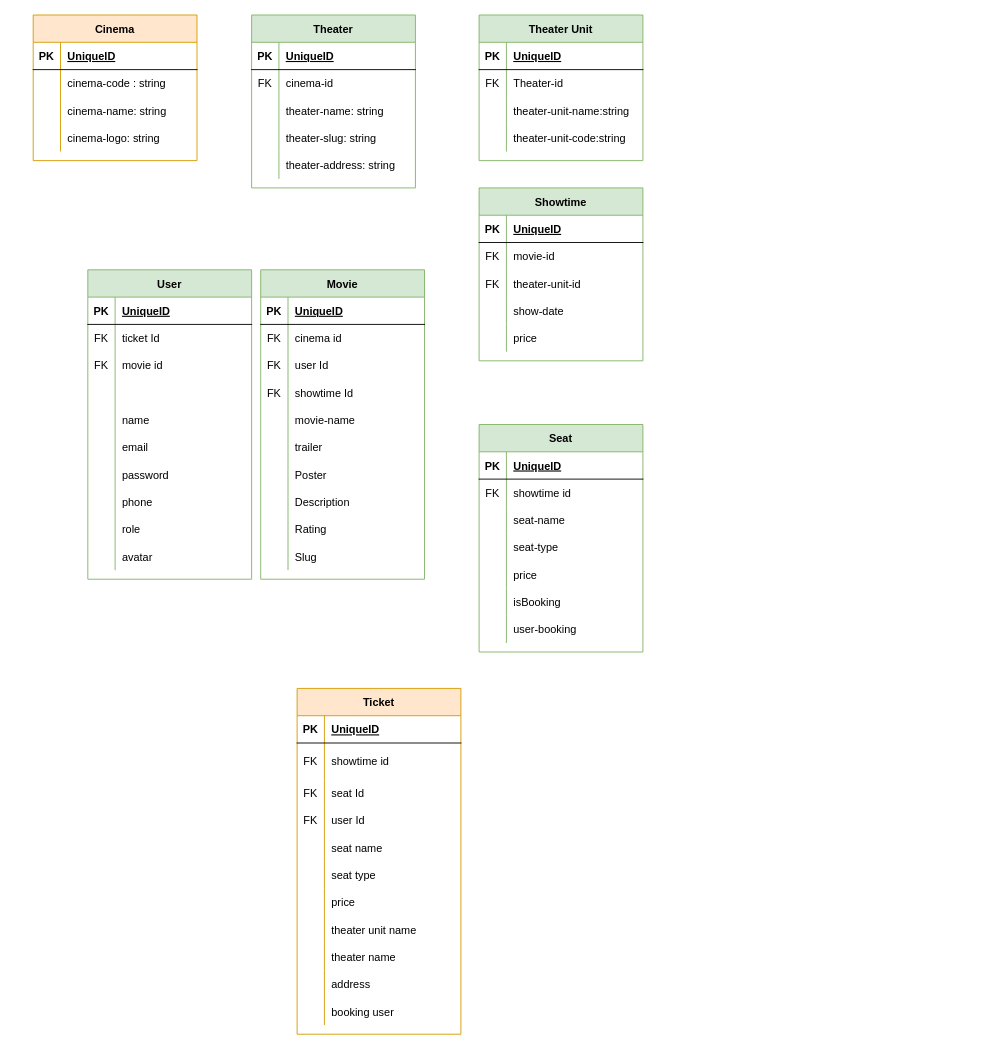
Before: Untitled Diagram.drawio in hnn080196/nodejs-booking-movie-API, a draw.io diagram. Source tidied: cells renumbered, new cells numbered last; positions are measured from the earlier drawing's top-left corner, leaving out a move shared by most shapes. Both pictures are drawn from the tidied source at 91%, with x=0, y=0 at pixel (33, 15).
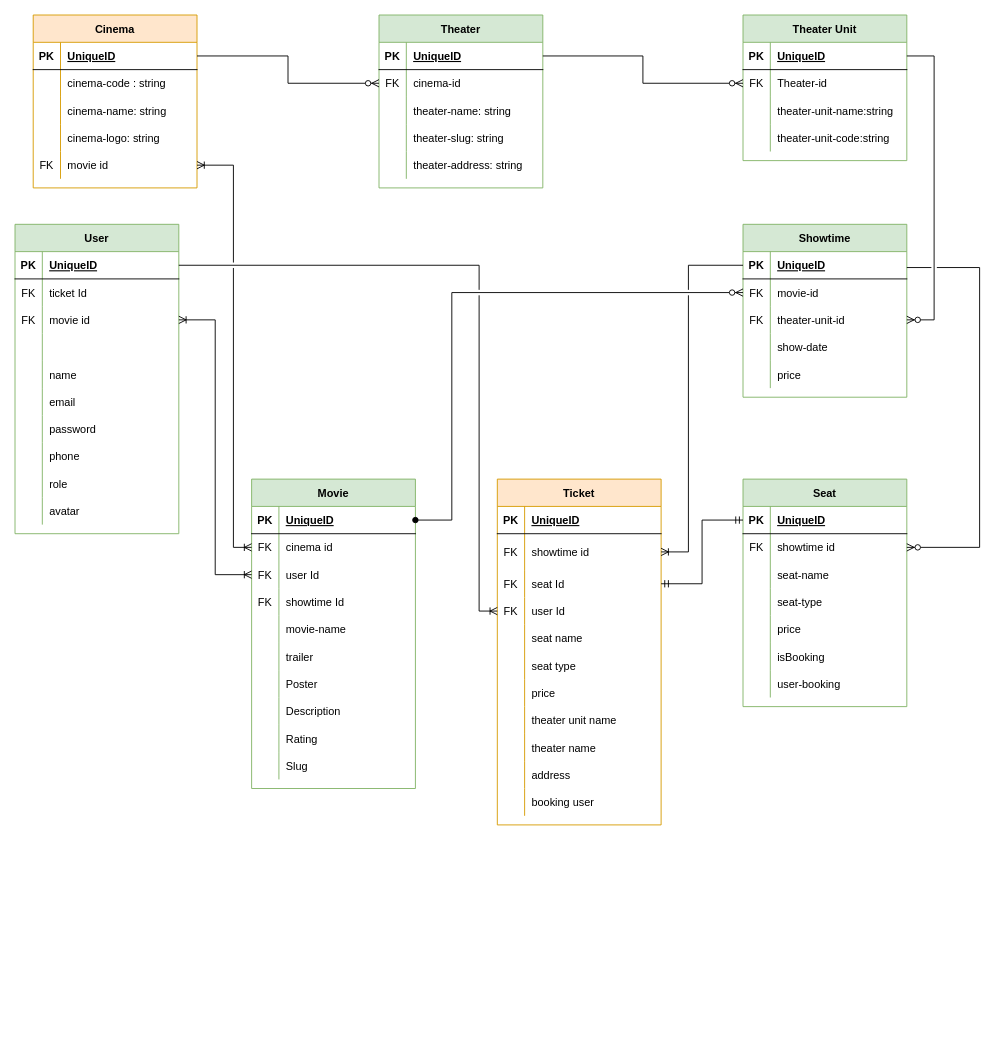
The same page after the edit.

Commit message:
update sql table

The change refers to these unchanged cells:
```xml
<mxCell id="3" style="shape=partialRectangle;fillColor=none;top=0;left=0;bottom=1;right=0;points=[[0,0.5],[1,0.5]];portConstraint=eastwest;" parent="2" vertex="1">
  <mxGeometry y="30" width="180" height="30" as="geometry" />
</mxCell>
<mxCell id="6" style="shape=partialRectangle;fillColor=none;top=0;left=0;bottom=0;right=0;points=[[0,0.5],[1,0.5]];portConstraint=eastwest;" parent="2" vertex="1">
  <mxGeometry y="60" width="180" height="30" as="geometry" />
</mxCell>
<mxCell id="19" style="shape=partialRectangle;fillColor=none;top=0;left=0;bottom=1;right=0;points=[[0,0.5],[1,0.5]];portConstraint=eastwest;" parent="18" vertex="1">
  <mxGeometry y="30" width="180" height="30" as="geometry" />
</mxCell>
<mxCell id="32" style="shape=partialRectangle;fillColor=none;top=0;left=0;bottom=1;right=0;points=[[0,0.5],[1,0.5]];portConstraint=eastwest;" parent="31" vertex="1">
  <mxGeometry y="30" width="180" height="30" as="geometry" />
</mxCell>
<mxCell id="35" style="shape=partialRectangle;fillColor=none;top=0;left=0;bottom=0;right=0;points=[[0,0.5],[1,0.5]];portConstraint=eastwest;" parent="31" vertex="1">
  <mxGeometry y="60" width="180" height="30" as="geometry" />
</mxCell>
<mxCell id="45" style="shape=partialRectangle;fillColor=none;top=0;left=0;bottom=1;right=0;points=[[0,0.5],[1,0.5]];portConstraint=eastwest;" parent="44" vertex="1">
  <mxGeometry y="30" width="180" height="30" as="geometry" />
</mxCell>
<mxCell id="48" style="shape=partialRectangle;fillColor=none;top=0;left=0;bottom=0;right=0;points=[[0,0.5],[1,0.5]];portConstraint=eastwest;strokeColor=default;fontColor=default;" parent="44" vertex="1">
  <mxGeometry y="60" width="180" height="30" as="geometry" />
</mxCell>
<mxCell id="51" style="shape=partialRectangle;fillColor=none;top=0;left=0;bottom=0;right=0;points=[[0,0.5],[1,0.5]];portConstraint=eastwest;" parent="44" vertex="1">
  <mxGeometry y="90" width="180" height="30" as="geometry" />
</mxCell>
<mxCell id="61" style="shape=partialRectangle;fillColor=none;top=0;left=0;bottom=1;right=0;points=[[0,0.5],[1,0.5]];portConstraint=eastwest;" parent="60" vertex="1">
  <mxGeometry y="30" width="180" height="30" as="geometry" />
</mxCell>
<mxCell id="64" style="shape=partialRectangle;fillColor=none;top=0;left=0;bottom=0;right=0;points=[[0,0.5],[1,0.5]];portConstraint=eastwest;strokeColor=default;fontColor=default;" parent="60" vertex="1">
  <mxGeometry y="60" width="180" height="30" as="geometry" />
</mxCell>
<mxCell id="83" style="shape=partialRectangle;fillColor=none;top=0;left=0;bottom=1;right=0;points=[[0,0.5],[1,0.5]];portConstraint=eastwest;" parent="82" vertex="1">
  <mxGeometry y="30" width="180" height="30" as="geometry" />
</mxCell>
<mxCell id="86" style="shape=partialRectangle;fillColor=none;top=0;left=0;bottom=0;right=0;points=[[0,0.5],[1,0.5]];portConstraint=eastwest;strokeColor=default;fontColor=default;" parent="82" vertex="1">
  <mxGeometry y="60" width="180" height="30" as="geometry" />
</mxCell>
<mxCell id="89" style="shape=partialRectangle;fillColor=none;top=0;left=0;bottom=0;right=0;points=[[0,0.5],[1,0.5]];portConstraint=eastwest;" parent="82" vertex="1">
  <mxGeometry y="90" width="180" height="30" as="geometry" />
</mxCell>
<mxCell id="114" style="shape=partialRectangle;fillColor=none;top=0;left=0;bottom=1;right=0;points=[[0,0.5],[1,0.5]];portConstraint=eastwest;" parent="113" vertex="1">
  <mxGeometry y="30" width="180" height="30" as="geometry" />
</mxCell>
<mxCell id="120" style="shape=partialRectangle;fillColor=none;top=0;left=0;bottom=0;right=0;points=[[0,0.5],[1,0.5]];portConstraint=eastwest;" parent="113" vertex="1">
  <mxGeometry y="90" width="180" height="30" as="geometry" />
</mxCell>
<mxCell id="148" style="shape=partialRectangle;fillColor=none;top=0;left=0;bottom=0;right=0;points=[[0,0.5],[1,0.5]];portConstraint=eastwest;" parent="144" vertex="1">
  <mxGeometry y="60" width="180" height="40" as="geometry" />
</mxCell>
<mxCell id="151" style="shape=partialRectangle;fillColor=none;top=0;left=0;bottom=0;right=0;points=[[0,0.5],[1,0.5]];portConstraint=eastwest;" parent="144" vertex="1">
  <mxGeometry y="100" width="180" height="30" as="geometry" />
</mxCell>
<mxCell id="154" style="shape=partialRectangle;fillColor=none;top=0;left=0;bottom=0;right=0;points=[[0,0.5],[1,0.5]];portConstraint=eastwest;strokeColor=default;fontColor=default;" parent="144" vertex="1">
  <mxGeometry y="130" width="180" height="30" as="geometry" />
</mxCell>
```

The edit, as a diff of the source:
```diff
@@
     <mxCell id="2" value="Theater" style="shape=table;startSize=30;childLayout=tableLayout;rowLines=0;fontStyle=1;align=center;fillColor=#d5e8d4;strokeColor=#82b366;fontColor=default;" parent="1" vertex="1">
-      <mxGeometry x="240" width="180" height="190" as="geometry" />
+      <mxGeometry x="380" width="180" height="190" as="geometry" />
     </mxCell>
@@
     <mxCell id="18" value="Cinema" style="shape=table;startSize=30;childLayout=tableLayout;rowLines=0;fontStyle=1;align=center;fillColor=#ffe6cc;strokeColor=#d79b00;fontColor=default;" parent="1" vertex="1">
-      <mxGeometry width="180" height="160" as="geometry" />
+      <mxGeometry width="180" height="190" as="geometry" />
     </mxCell>
@@
+    <mxCell id="178" style="shape=partialRectangle;fillColor=none;top=0;left=0;bottom=0;right=0;points=[[0,0.5],[1,0.5]];portConstraint=eastwest;" parent="18" vertex="1">
+      <mxGeometry y="150" width="180" height="30" as="geometry" />
+    </mxCell>
+    <mxCell id="179" value="FK" style="shape=partialRectangle;fillColor=none;top=0;left=0;bottom=0;right=0;overflow=hidden;fontColor=default;" parent="178" vertex="1">
+      <mxGeometry width="30" height="30" as="geometry" />
+    </mxCell>
+    <mxCell id="180" value="movie id" style="shape=partialRectangle;fillColor=none;top=0;left=0;bottom=0;right=0;align=left;spacingLeft=6;overflow=hidden;strokeColor=default;fontColor=default;" parent="178" vertex="1">
+      <mxGeometry x="30" width="150" height="30" as="geometry" />
+    </mxCell>
     <mxCell id="31" value="Theater Unit" style="shape=table;startSize=30;childLayout=tableLayout;rowLines=0;fontStyle=1;align=center;fillColor=#d5e8d4;strokeColor=#82b366;fontColor=default;" parent="1" vertex="1">
-      <mxGeometry x="490" width="180" height="160" as="geometry" />
+      <mxGeometry x="780" width="180" height="160" as="geometry" />
     </mxCell>
@@
     <mxCell id="44" value="Showtime" style="shape=table;startSize=30;childLayout=tableLayout;rowLines=0;fontStyle=1;align=center;fillColor=#d5e8d4;strokeColor=#82b366;fontColor=default;" parent="1" vertex="1">
-      <mxGeometry x="490" y="190" width="180" height="190" as="geometry" />
+      <mxGeometry x="780" y="230" width="180" height="190" as="geometry" />
     </mxCell>
@@
     <mxCell id="60" value="Seat" style="shape=table;startSize=30;childLayout=tableLayout;rowLines=0;fontStyle=1;align=center;fillColor=#d5e8d4;strokeColor=#82b366;fontColor=default;" parent="1" vertex="1">
-      <mxGeometry x="490" y="450" width="180" height="250" as="geometry" />
+      <mxGeometry x="780" y="510" width="180" height="250" as="geometry" />
     </mxCell>
@@
     <mxCell id="82" value="Movie" style="shape=table;startSize=30;childLayout=tableLayout;rowLines=0;fontStyle=1;align=center;fillColor=#d5e8d4;strokeColor=#82b366;fontColor=default;" parent="1" vertex="1">
-      <mxGeometry x="250" y="280" width="180" height="340" as="geometry" />
+      <mxGeometry x="240" y="510" width="180" height="340" as="geometry" />
     </mxCell>
@@
     <mxCell id="113" value="User" style="shape=table;startSize=30;childLayout=tableLayout;rowLines=0;fontStyle=1;align=center;fillColor=#d5e8d4;strokeColor=#82b366;fontColor=default;" parent="1" vertex="1">
-      <mxGeometry x="60" y="280" width="180" height="340" as="geometry" />
+      <mxGeometry x="-20" y="230" width="180" height="340" as="geometry" />
     </mxCell>
@@
     <mxCell id="144" value="Ticket" style="shape=table;startSize=30;childLayout=tableLayout;rowLines=0;fontStyle=1;align=center;fillColor=#ffe6cc;strokeColor=#d79b00;fontColor=default;" parent="1" vertex="1">
-      <mxGeometry x="290" y="740" width="180" height="380" as="geometry" />
+      <mxGeometry x="510" y="510" width="180" height="380" as="geometry" />
     </mxCell>
@@
+    <mxCell id="181" style="edgeStyle=orthogonalEdgeStyle;fontSize=12;html=1;endArrow=ERzeroToMany;endFill=1;fontColor=default;exitX=1;exitY=0.5;exitDx=0;exitDy=0;strokeColor=default;labelBackgroundColor=default;entryX=0;entryY=0.5;entryDx=0;entryDy=0;rounded=0;" parent="1" edge="1" source="19" target="6">
+      <mxGeometry relative="1" as="geometry" />
+    </mxCell>
+    <mxCell id="182" style="edgeStyle=orthogonalEdgeStyle;fontSize=12;html=1;endArrow=ERzeroToMany;endFill=1;fontColor=default;exitX=1;exitY=0.5;exitDx=0;exitDy=0;strokeColor=default;labelBackgroundColor=default;entryX=0;entryY=0.5;entryDx=0;entryDy=0;rounded=0;" parent="1" edge="1" source="3" target="35">
+      <mxGeometry relative="1" as="geometry" />
+    </mxCell>
+    <mxCell id="183" style="edgeStyle=entityRelationEdgeStyle;fontSize=12;html=1;endArrow=ERzeroToMany;endFill=1;rounded=0;labelBackgroundColor=default;fontColor=default;strokeColor=default;exitX=1;exitY=0.5;exitDx=0;exitDy=0;entryX=1;entryY=0.5;entryDx=0;entryDy=0;" parent="1" edge="1" source="32" target="51">
+      <mxGeometry relative="1" as="geometry" />
+    </mxCell>
+    <mxCell id="184" style="edgeStyle=orthogonalEdgeStyle;fontSize=12;html=1;endArrow=ERzeroToMany;endFill=1;labelBackgroundColor=default;fontColor=default;strokeColor=default;exitX=1;exitY=0.5;exitDx=0;exitDy=0;jumpStyle=gap;entryX=0;entryY=0.5;entryDx=0;entryDy=0;rounded=0;startArrow=oval;startFill=1;" parent="1" edge="1" source="83" target="48">
+      <mxGeometry relative="1" as="geometry">
+        <Array as="points">
+          <mxPoint x="460" y="555" />
+          <mxPoint x="460" y="305" />
+        </Array>
+      </mxGeometry>
+    </mxCell>
+    <mxCell id="185" style="edgeStyle=orthogonalEdgeStyle;fontSize=12;html=1;endArrow=ERzeroToMany;endFill=1;rounded=0;labelBackgroundColor=default;fontColor=default;strokeColor=default;jumpStyle=gap;exitX=1;exitY=0.25;exitDx=0;exitDy=0;entryX=1;entryY=0.5;entryDx=0;entryDy=0;" parent="1" edge="1" source="44" target="64">
+      <mxGeometry relative="1" as="geometry">
+        <Array as="points">
+          <mxPoint x="1040" y="278" />
+          <mxPoint x="1040" y="585" />
+        </Array>
+      </mxGeometry>
+    </mxCell>
+    <mxCell id="186" style="edgeStyle=orthogonalEdgeStyle;fontSize=12;html=1;endArrow=ERmandOne;startArrow=ERmandOne;rounded=0;labelBackgroundColor=default;fontColor=default;strokeColor=default;jumpStyle=gap;entryX=0;entryY=0.5;entryDx=0;entryDy=0;exitX=1;exitY=0.5;exitDx=0;exitDy=0;" parent="1" edge="1" source="151" target="61">
+      <mxGeometry relative="1" as="geometry" />
+    </mxCell>
+    <mxCell id="187" style="edgeStyle=orthogonalEdgeStyle;fontSize=12;html=1;endArrow=ERoneToMany;rounded=0;labelBackgroundColor=default;fontColor=default;strokeColor=default;jumpStyle=gap;exitX=0;exitY=0.5;exitDx=0;exitDy=0;entryX=1;entryY=0.5;entryDx=0;entryDy=0;" parent="1" edge="1" source="45" target="148">
+      <mxGeometry relative="1" as="geometry">
+        <Array as="points">
+          <mxPoint x="720" y="275" />
+          <mxPoint x="720" y="590" />
+        </Array>
+      </mxGeometry>
+    </mxCell>
+    <mxCell id="188" style="edgeStyle=orthogonalEdgeStyle;fontSize=12;html=1;endArrow=ERoneToMany;rounded=0;labelBackgroundColor=default;fontColor=default;strokeColor=default;jumpStyle=gap;exitX=1;exitY=0.5;exitDx=0;exitDy=0;entryX=0;entryY=0.5;entryDx=0;entryDy=0;" parent="1" edge="1" source="114" target="154">
+      <mxGeometry relative="1" as="geometry">
+        <Array as="points">
+          <mxPoint x="490" y="275" />
+          <mxPoint x="490" y="655" />
+        </Array>
+      </mxGeometry>
+    </mxCell>
+    <mxCell id="189" style="edgeStyle=orthogonalEdgeStyle;fontSize=12;html=1;endArrow=ERoneToMany;startArrow=ERoneToMany;rounded=0;labelBackgroundColor=default;fontColor=default;strokeColor=default;jumpStyle=gap;exitX=1;exitY=0.5;exitDx=0;exitDy=0;entryX=0;entryY=0.5;entryDx=0;entryDy=0;" parent="1" edge="1" source="120" target="89">
+      <mxGeometry relative="1" as="geometry">
+        <Array as="points">
+          <mxPoint x="200" y="335" />
+          <mxPoint x="200" y="615" />
+        </Array>
+      </mxGeometry>
+    </mxCell>
+    <mxCell id="190" style="edgeStyle=orthogonalEdgeStyle;fontSize=12;html=1;endArrow=ERoneToMany;startArrow=ERoneToMany;rounded=0;labelBackgroundColor=default;fontColor=default;strokeColor=default;jumpStyle=gap;exitX=1;exitY=0.5;exitDx=0;exitDy=0;entryX=0;entryY=0.5;entryDx=0;entryDy=0;" parent="1" edge="1" source="178" target="86">
+      <mxGeometry relative="1" as="geometry">
+        <Array as="points">
+          <mxPoint x="220" y="165" />
+          <mxPoint x="220" y="585" />
+        </Array>
+      </mxGeometry>
+    </mxCell>
```
